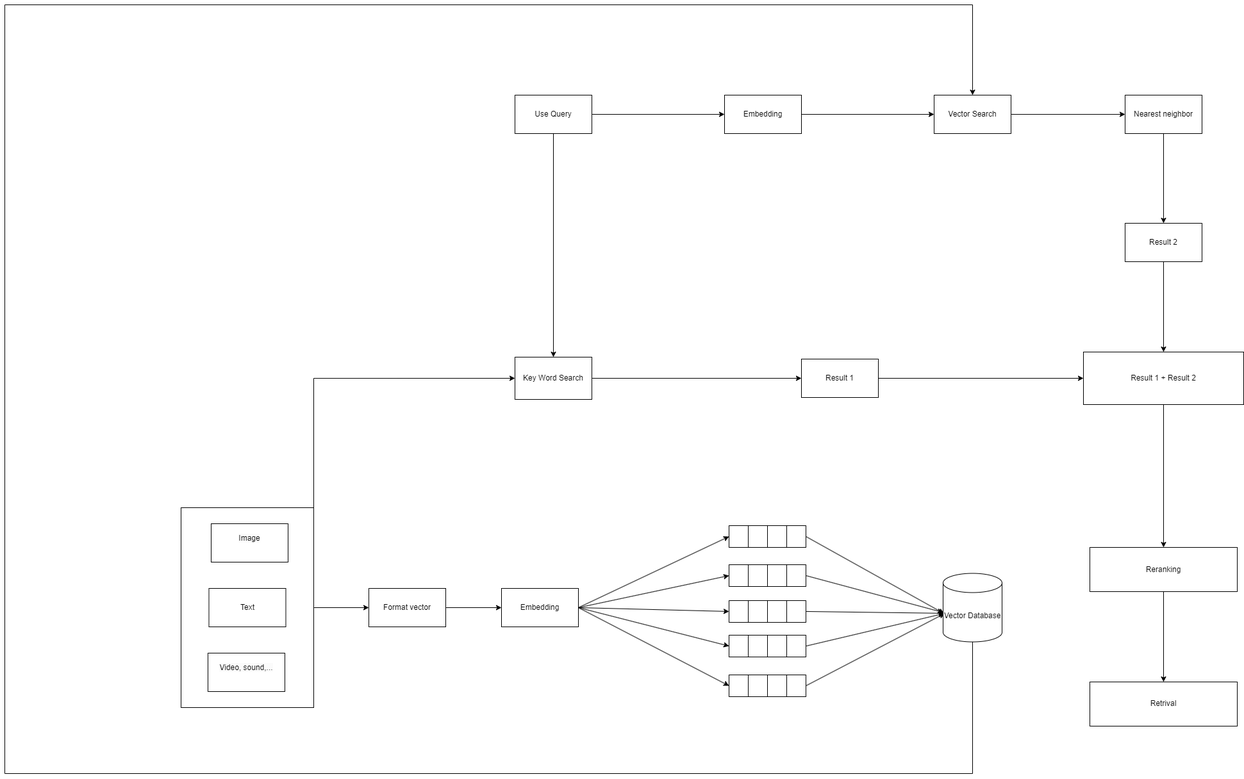
The draw.io diagram image/Embedding_Retrival.png in PhamVanHung412004/Building_a_RAG_system_to_ask_and_answer_basic_AI_questions, before a commit. Source tidied: cells renumbered, new cells last; positions are measured from the earlier drawing's top-left corner, leaving out a move shared by most shapes.
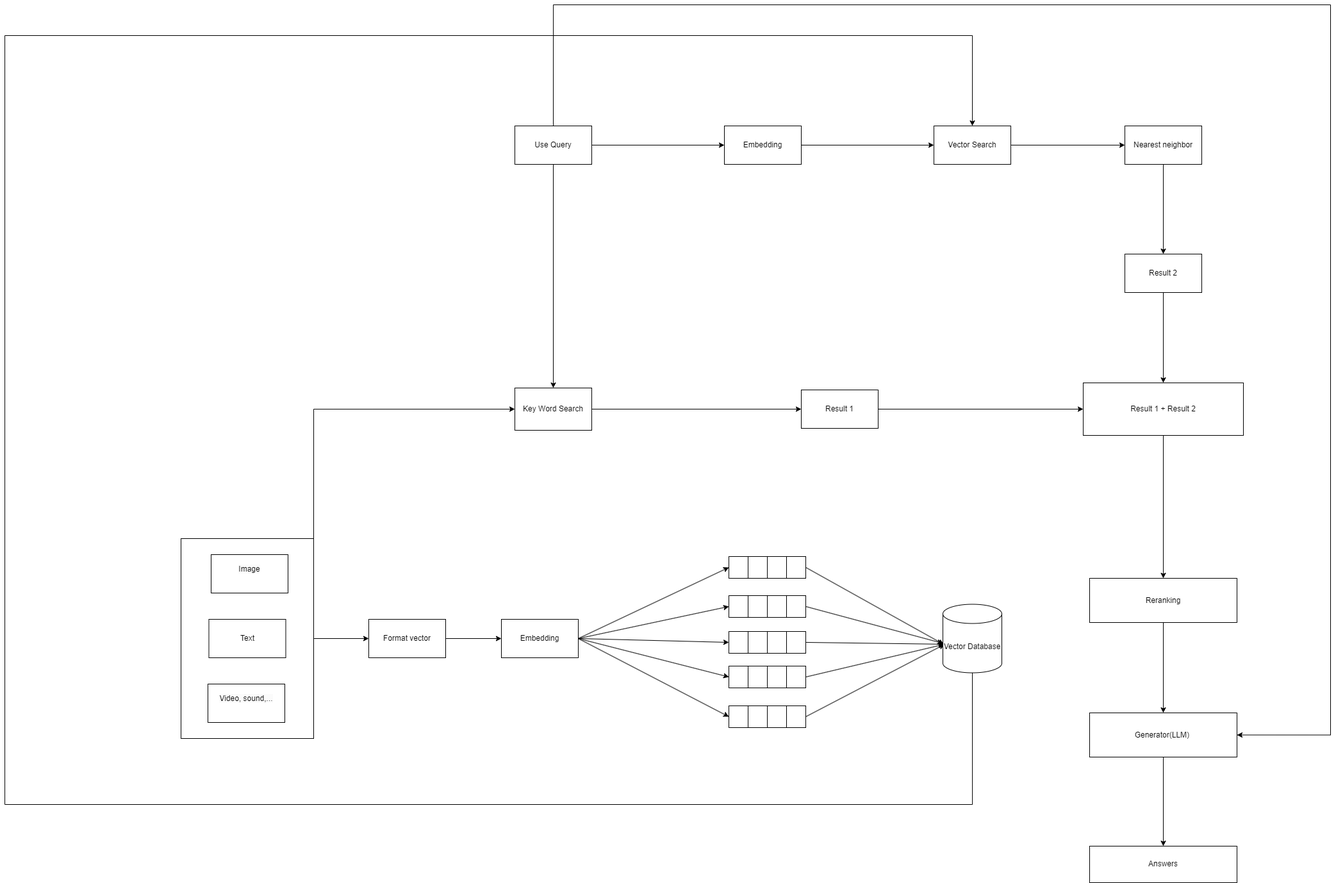
Above is the later version.

Change to the diagram source:
```diff
@@ -101,6 +101,15 @@
     <mxCell id="34" style="edgeStyle=orthogonalEdgeStyle;rounded=0;jettySize=auto;html=1;exitX=0.5;exitY=1;exitDx=0;exitDy=0;entryX=0.5;entryY=0;entryDx=0;entryDy=0;" parent="1" edge="1" source="35" target="41">
       <mxGeometry relative="1" as="geometry" />
     </mxCell>
+    <mxCell id="63" style="edgeStyle=orthogonalEdgeStyle;rounded=0;jettySize=auto;html=1;exitX=0.5;exitY=0;exitDx=0;exitDy=0;entryX=1;entryY=0.5;entryDx=0;entryDy=0;" parent="1" edge="1" source="35" target="62">
+      <mxGeometry relative="1" as="geometry">
+        <Array as="points">
+          <mxPoint x="856" y="-48" />
+          <mxPoint x="2069" y="-48" />
+          <mxPoint x="2069" y="1092" />
+        </Array>
+      </mxGeometry>
+    </mxCell>
     <mxCell id="35" value="Use Query" style="whiteSpace=wrap;html=1;" parent="1" vertex="1">
       <mxGeometry x="796" y="141" width="120" height="60" as="geometry" />
     </mxCell>
@@ -189,8 +198,14 @@
     <mxCell id="61" value="Reranking" style="whiteSpace=wrap;html=1;" parent="1" vertex="1">
       <mxGeometry x="1693" y="847" width="230" height="69" as="geometry" />
     </mxCell>
+    <mxCell id="64" style="edgeStyle=orthogonalEdgeStyle;rounded=0;jettySize=auto;html=1;entryX=0.5;entryY=0;entryDx=0;entryDy=0;" parent="1" edge="1" source="62" target="65">
+      <mxGeometry relative="1" as="geometry" />
+    </mxCell>
-    <mxCell id="62" value="Retrival" style="whiteSpace=wrap;html=1;" parent="1" vertex="1">
+    <mxCell id="62" value="Generator(LLM)&amp;nbsp;" style="whiteSpace=wrap;html=1;" parent="1" vertex="1">
       <mxGeometry x="1693" y="1057" width="230" height="69" as="geometry" />
     </mxCell>
+    <mxCell id="65" value="Answers" style="whiteSpace=wrap;html=1;" parent="1" vertex="1">
+      <mxGeometry x="1693" y="1265" width="230" height="57" as="geometry" />
+    </mxCell>
   </root>
 </mxGraphModel>
```
